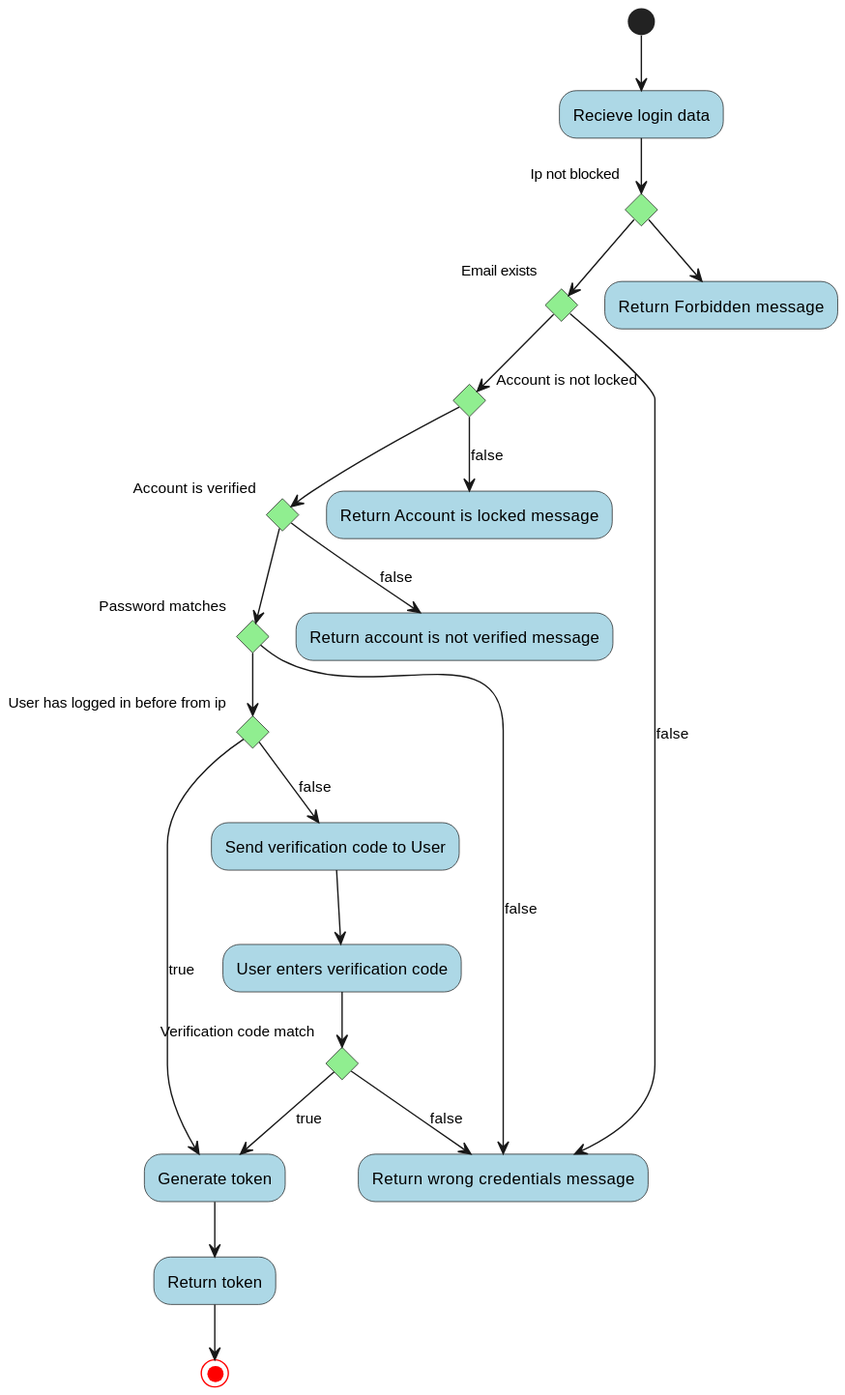
This is Docs/out/FlowCharts/LoginFlowChart/Login Flowchart.svg from blackout1471/trust-us-school, a PlantUML export, as it was before one commit.
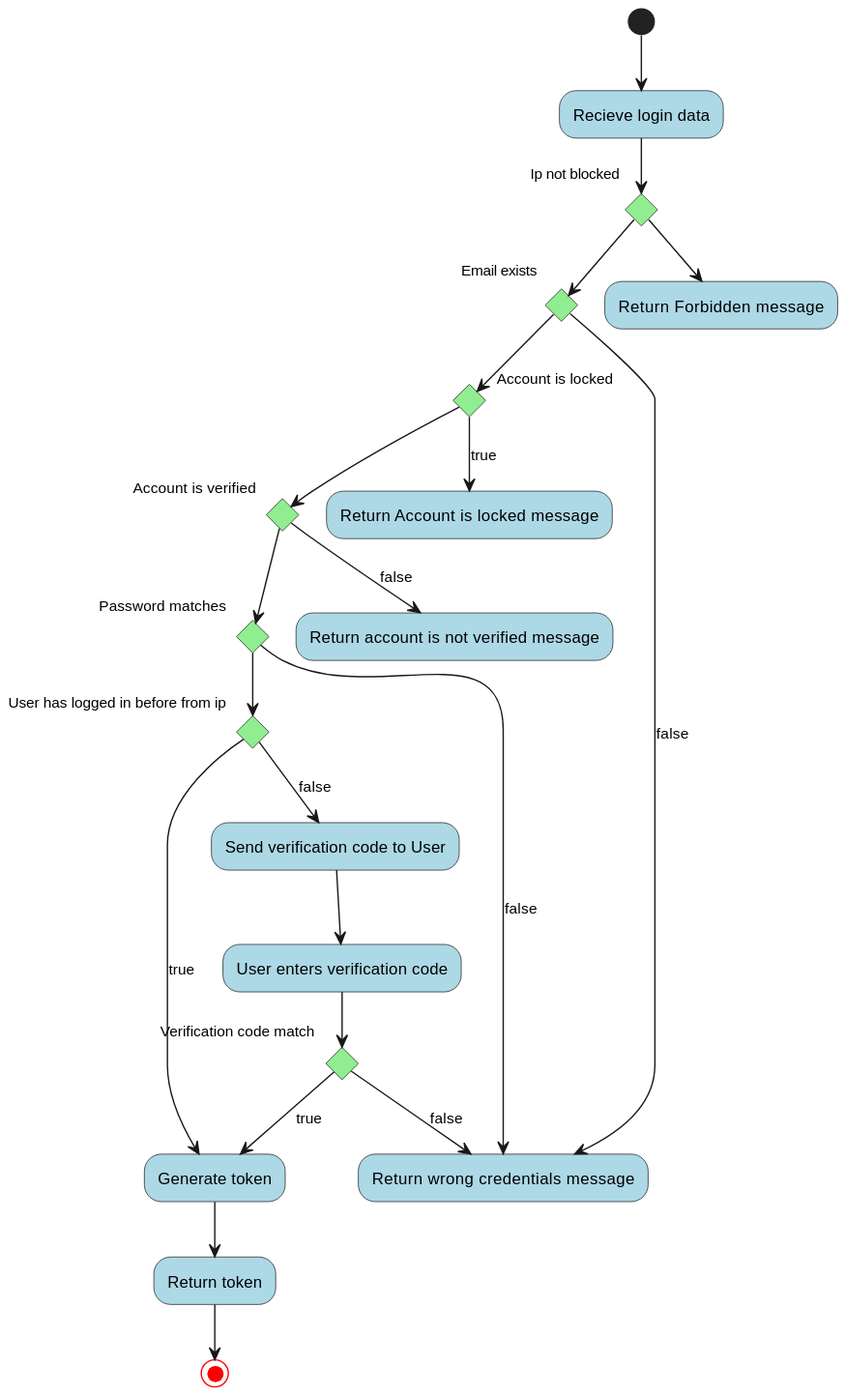
Above is the later version.

The edit, as a diff of the source:
```diff
@@ -13,7 +13,7 @@
 
 if "Ip not blocked" then
     if "Email exists" then
-        if "Account is not locked" then
+        if "Account is locked" then
             if "Account is verified" then
                 if "Password matches" then
                     if "User has logged in before from ip" then
@@ -36,7 +36,7 @@
                 -->[false] "Return account is not verified message"
             end if
         else
-            -->[false] "Return Account is locked message"
+            -->[true] "Return Account is locked message"
         end if
     else
       -->[false] "Return wrong credentials message"
```
